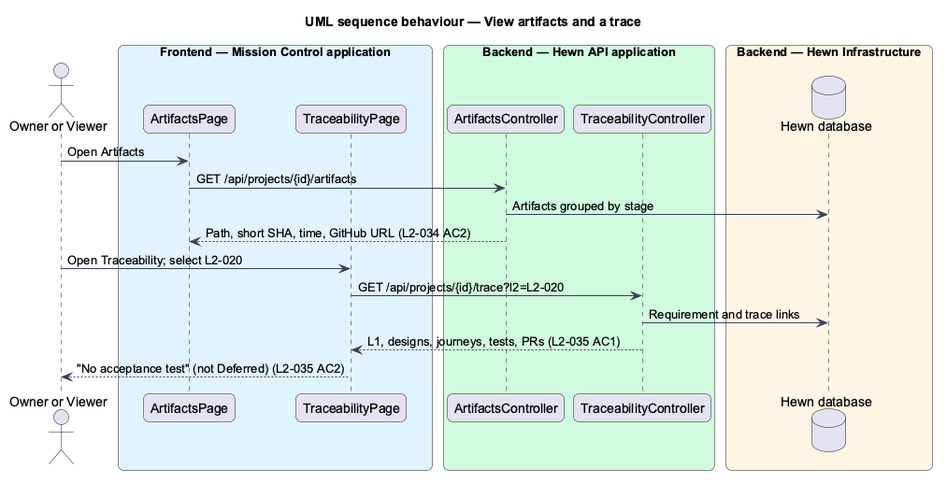
Above: docs/detailed-designs/mission-control/artifacts-and-traceability/diagrams/sequence-view-trace.png in QuinntyneBrown/hewn (PlantUML), before the change. Its diagram source:
```plantuml
@startuml
title UML sequence behaviour — View artifacts and a trace
skinparam backgroundColor #FFFFFF
skinparam shadowing false
skinparam roundcorner 12
skinparam defaultFontName Arial
skinparam ArrowColor #344054
skinparam rectangle {
  BorderColor #344054
  FontColor #101828
}
skinparam package {
  BorderColor #667085
  FontColor #101828
  BackgroundColor #F9FAFB
}
skinparam sequenceMessageAlign left
actor "Owner or Viewer" as user
box "Frontend — Mission Control application" #E0F2FE
  participant "ArtifactsPage" as apage
  participant "TraceabilityPage" as tpage
end box
box "Backend — Hewn API application" #D1FADF
  participant "ArtifactsController" as actrl
  participant "TraceabilityController" as tctrl
end box
box "Backend — Hewn Infrastructure" #FFF4E5
  database "Hewn database" as db
end box
user -> apage : Open Artifacts
apage -> actrl : GET /api/projects/{id}/artifacts
actrl -> db : Artifacts grouped by stage
actrl --> apage : Path, short SHA, time, GitHub URL (L2-034 AC2)
user -> tpage : Open Traceability; select L2-020
tpage -> tctrl : GET /api/projects/{id}/trace?l2=L2-020
tctrl -> db : Requirement and trace links
tctrl --> tpage : L1, designs, journeys, tests, PRs (L2-035 AC1)
tpage --> user : "No acceptance test" (not Deferred) (L2-035 AC2)
@enduml
```
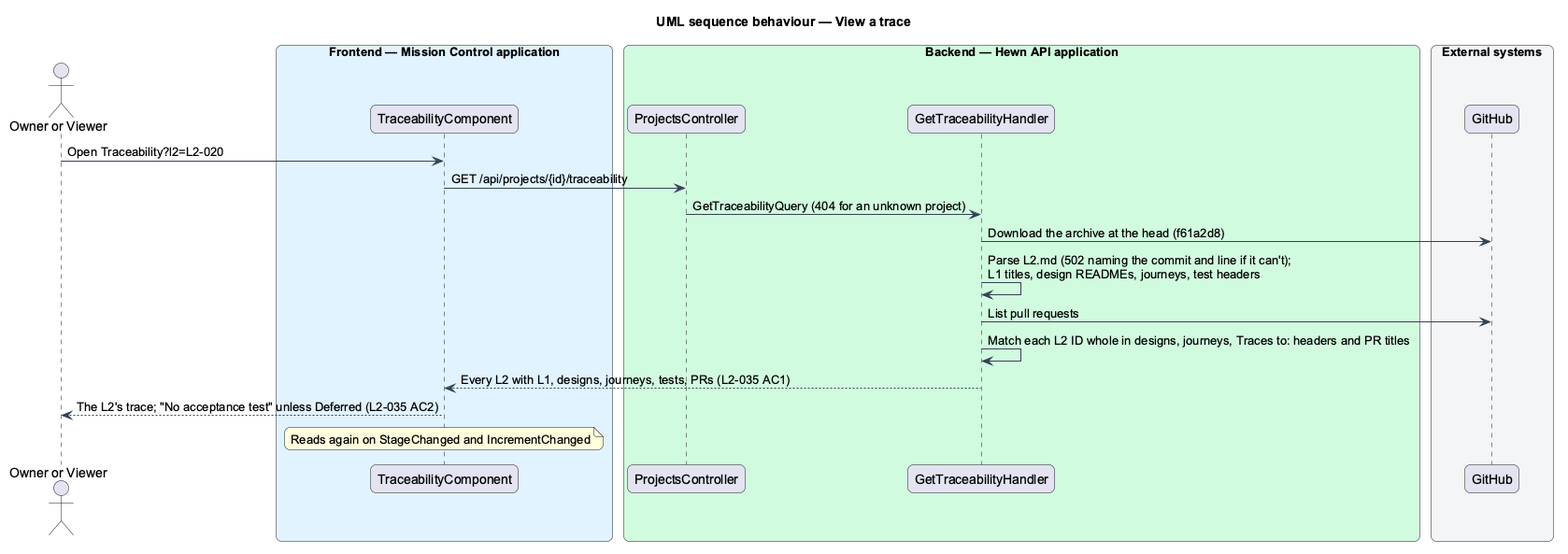
The same diagram one commit later.

The edit, as a diff of the source:
```diff
@@ -1,5 +1,5 @@
 @startuml
-title UML sequence behaviour — View artifacts and a trace
+title UML sequence behaviour — View a trace
 skinparam backgroundColor #FFFFFF
 skinparam shadowing false
 skinparam roundcorner 12
@@ -17,23 +17,23 @@
 skinparam sequenceMessageAlign left
 actor "Owner or Viewer" as user
 box "Frontend — Mission Control application" #E0F2FE
-  participant "ArtifactsPage" as apage
-  participant "TraceabilityPage" as tpage
+  participant "TraceabilityComponent" as tpage
 end box
 box "Backend — Hewn API application" #D1FADF
-  participant "ArtifactsController" as actrl
-  participant "TraceabilityController" as tctrl
+  participant "ProjectsController" as tctrl
+  participant "GetTraceabilityHandler" as handler
 end box
-box "Backend — Hewn Infrastructure" #FFF4E5
-  database "Hewn database" as db
+box "External systems" #F2F4F7
+  participant "GitHub" as gh
 end box
-user -> apage : Open Artifacts
-apage -> actrl : GET /api/projects/{id}/artifacts
-actrl -> db : Artifacts grouped by stage
-actrl --> apage : Path, short SHA, time, GitHub URL (L2-034 AC2)
-user -> tpage : Open Traceability; select L2-020
-tpage -> tctrl : GET /api/projects/{id}/trace?l2=L2-020
-tctrl -> db : Requirement and trace links
-tctrl --> tpage : L1, designs, journeys, tests, PRs (L2-035 AC1)
-tpage --> user : "No acceptance test" (not Deferred) (L2-035 AC2)
+user -> tpage : Open Traceability?l2=L2-020
+tpage -> tctrl : GET /api/projects/{id}/traceability
+tctrl -> handler : GetTraceabilityQuery (404 for an unknown project)
+handler -> gh : Download the archive at the head (f61a2d8)
+handler -> handler : Parse L2.md (502 naming the commit and line if it can't);\nL1 titles, design READMEs, journeys, test headers
+handler -> gh : List pull requests
+handler -> handler : Match each L2 ID whole in designs, journeys, Traces to: headers and PR titles
+handler --> tpage : Every L2 with L1, designs, journeys, tests, PRs (L2-035 AC1)
+tpage --> user : The L2's trace; "No acceptance test" unless Deferred (L2-035 AC2)
+note over tpage : Reads again on StageChanged and IncrementChanged
 @enduml
```
